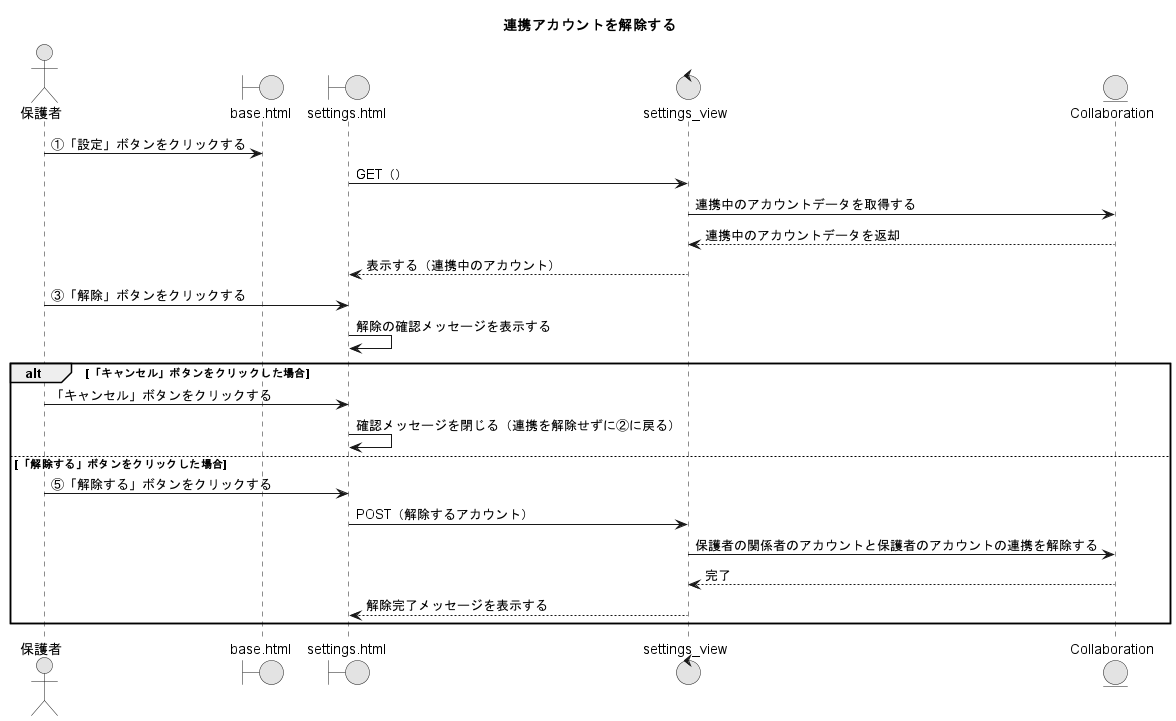
Before: PNG/06_連携アカウントを解除する.png, a diagram exported from PlantUML (Ma2naga190330/26_sotugyou_puml).
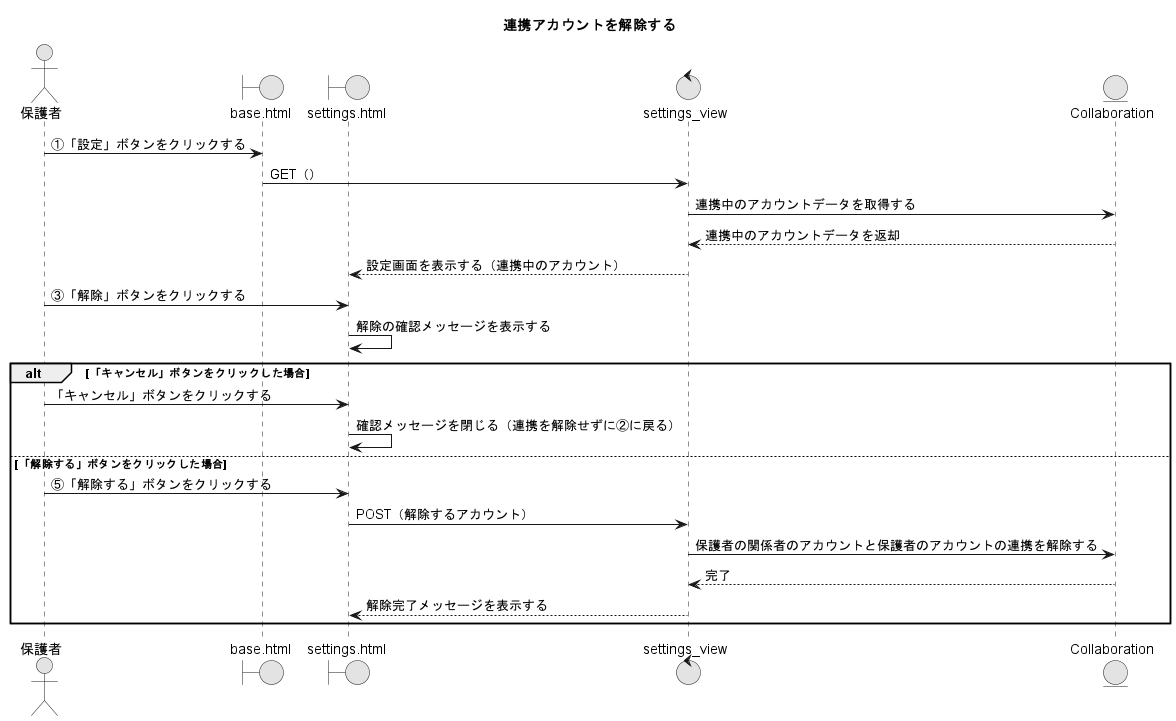
Above is the later version.

Diff of the diagram source:
```diff
@@ -10,10 +10,10 @@
 entity "Collaboration" as CM
 
 A -> BP : ①「設定」ボタンをクリックする
-SP -> SV : GET（）
+BP -> SV : GET（）
 SV -> CM : 連携中のアカウントデータを取得する
 SV <-- CM : 連携中のアカウントデータを返却
-SV --> SP : 表示する（連携中のアカウント）
+SV --> SP : 設定画面を表示する（連携中のアカウント）
 
 A -> SP : ③「解除」ボタンをクリックする
 SP -> SP : 解除の確認メッセージを表示する
```
